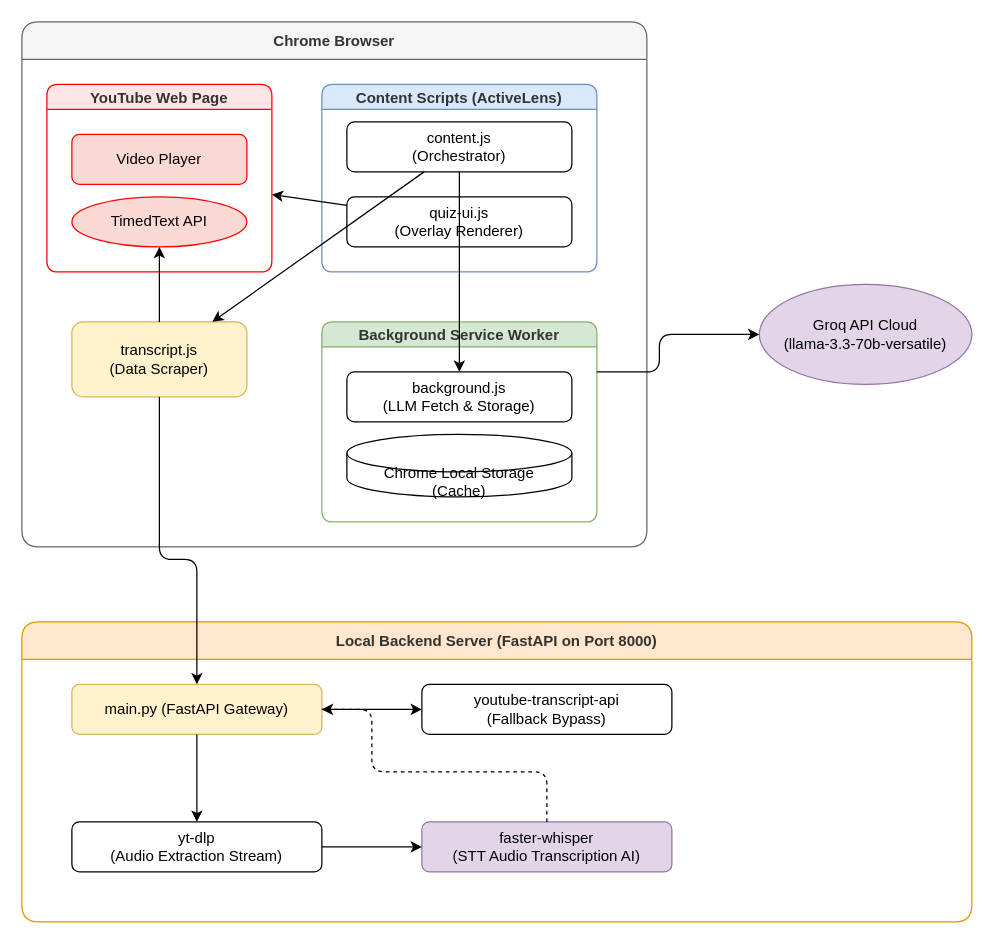
Before: architecture.drawio in b8matrix/grizzy-project, a draw.io diagram. Source tidied: cells renumbered, new cells numbered last; positions are measured from the earlier drawing's top-left corner, leaving out a move shared by most shapes. Both pictures are drawn from the tidied source at 125%, with x=0, y=0 at pixel (21, 21).
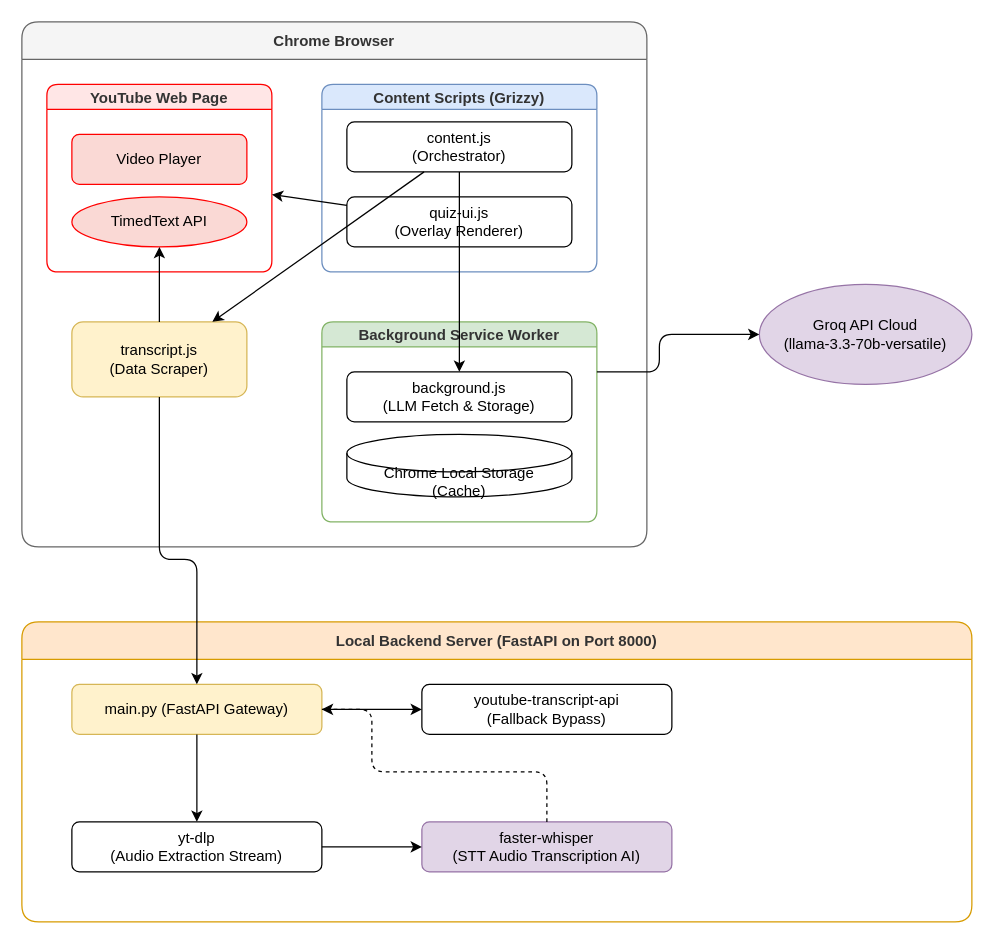
The same diagram, later.

Commit message (it also covers changes not shown here):
chore: rebrand ActiveLens to Grizzy across codebase

The change refers to these unchanged cells:
```xml
<mxCell id="2" value="Chrome Browser" style="swimlane;startSize=30;fillColor=#f5f5f5;fontColor=#333333;strokeColor=#666666;rounded=1;" parent="1" vertex="1">
  <mxGeometry width="500" height="420" as="geometry" />
</mxCell>
```

The edit, as a diff of the source:
```diff
@@
-    <mxCell id="6" value="Content Scripts (ActiveLens)" style="swimlane;startSize=20;fillColor=#dae8fc;fontColor=#333333;strokeColor=#6c8ebf;rounded=1;" parent="2" vertex="1">
+    <mxCell id="6" value="Content Scripts (Grizzy)" style="swimlane;startSize=20;fillColor=#dae8fc;fontColor=#333333;strokeColor=#6c8ebf;rounded=1;" parent="2" vertex="1">
       <mxGeometry x="240" y="50" width="220" height="150" as="geometry" />
     </mxCell>
```
